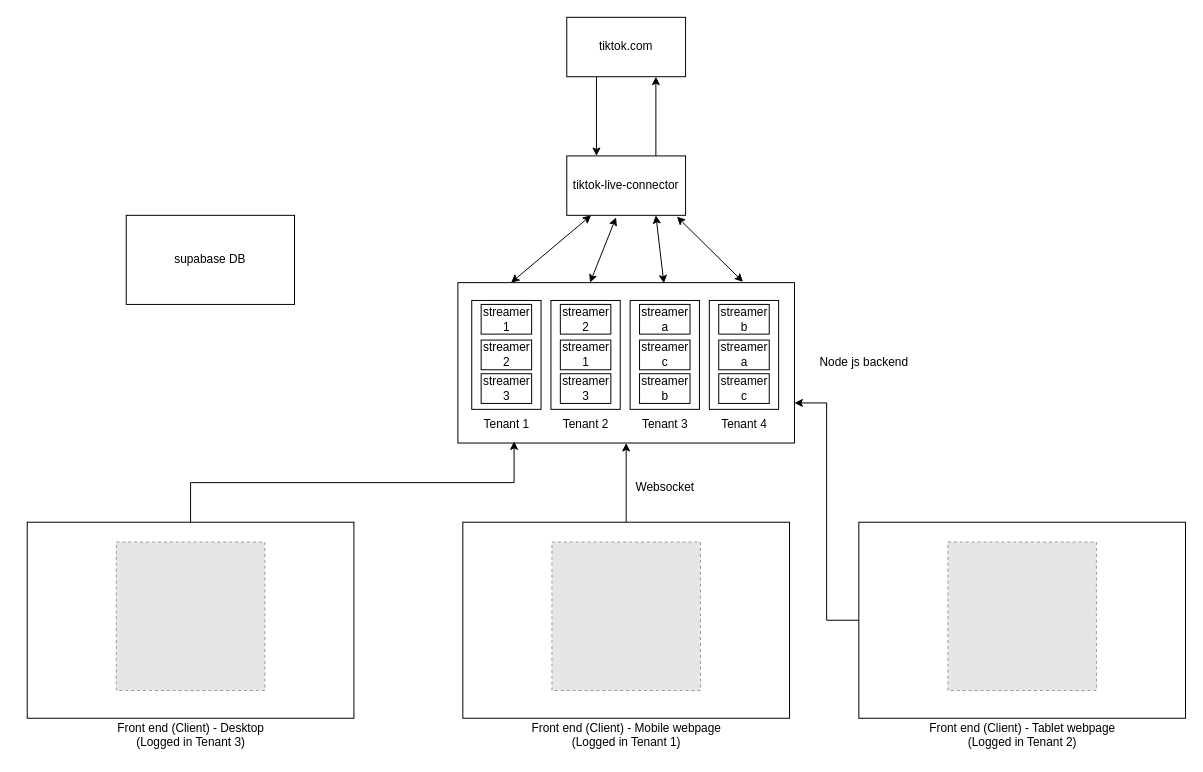
Before: tiktok_live_room_manager.drawio in seongkah/draw.io, a draw.io diagram. Source tidied: cells renumbered, new cells numbered last; positions are measured from the earlier drawing's top-left corner, leaving out a move shared by most shapes. Both pictures are drawn from the tidied source at 99%, with x=0, y=0 at pixel (27, 17). Pictures stored in the file or linked from it are replaced by grey dashed boxes.
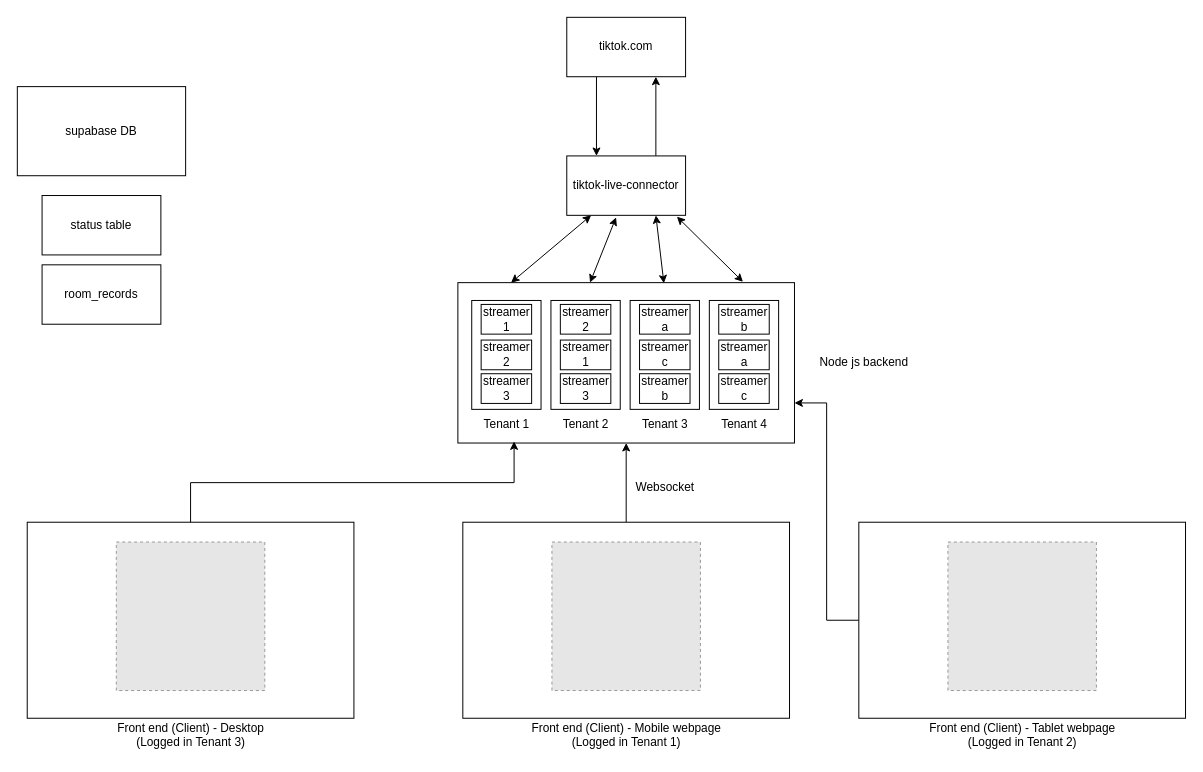
After the change.

The edit, as a diff of the source:
```diff
@@
     <mxCell id="6" value="supabase DB" style="rounded=0;whiteSpace=wrap;html=1;" parent="1" vertex="1">
-      <mxGeometry x="100" y="200" width="170" height="90" as="geometry" />
+      <mxGeometry x="-10" y="70" width="170" height="90" as="geometry" />
     </mxCell>
@@
+    <mxCell id="46" value="status table" style="rounded=0;whiteSpace=wrap;html=1;" parent="1" vertex="1">
+      <mxGeometry x="15" y="180" width="120" height="60" as="geometry" />
+    </mxCell>
+    <mxCell id="47" value="room_records" style="whiteSpace=wrap;html=1;" parent="1" vertex="1">
+      <mxGeometry x="15" y="250" width="120" height="60" as="geometry" />
+    </mxCell>
```
